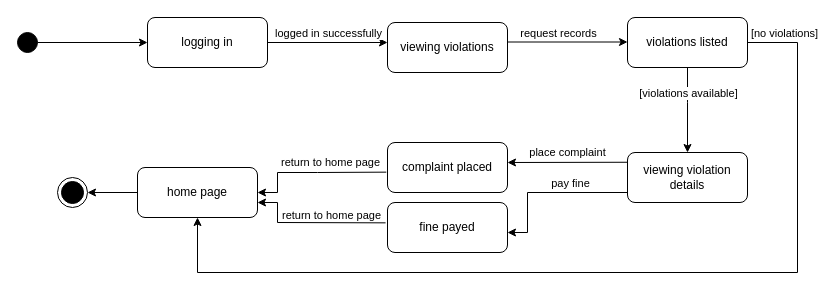
This is page "Student" (1 of 2) of State Diagram.drawio from sarraGhali/Drone-parking-system, a draw.io file, before an edit. Source tidied: cells renumbered, new cells numbered last; positions are measured from the earlier drawing's top-left corner, leaving out a move shared by most shapes. Both pictures are drawn from the tidied source at 100%, with x=0, y=0 at pixel (17, 17).
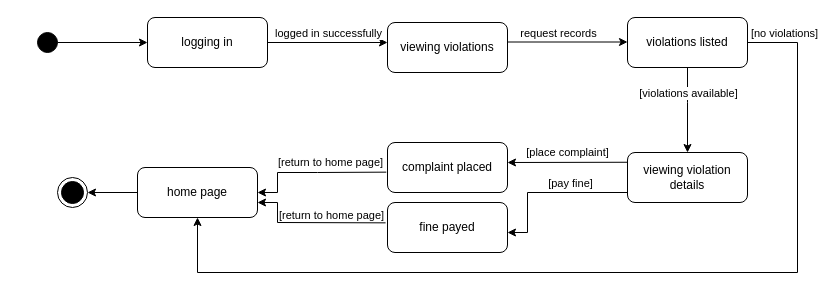
After the change.

The change refers to these unchanged cells:
```xml
<mxCell id="16" style="endArrow=classic;html=1;rounded=0;exitX=-0.004;exitY=0.195;exitDx=0;exitDy=0;exitPerimeter=0;" parent="1" edge="1" source="13">
  <mxGeometry relative="1" as="geometry">
    <mxPoint x="490" y="145" as="targetPoint" />
  </mxGeometry>
</mxCell>
<mxCell id="18" style="endArrow=classic;html=1;rounded=0;exitX=-0.004;exitY=0.195;exitDx=0;exitDy=0;exitPerimeter=0;" parent="1" edge="1">
  <mxGeometry relative="1" as="geometry">
    <mxPoint x="610" y="175" as="sourcePoint" />
    <mxPoint x="490" y="215" as="targetPoint" />
    <Array as="points">
      <mxPoint x="510" y="175" />
      <mxPoint x="510" y="215" />
    </Array>
  </mxGeometry>
</mxCell>
<mxCell id="24" style="endArrow=classic;html=1;rounded=0;exitX=-0.01;exitY=0.593;exitDx=0;exitDy=0;exitPerimeter=0;entryX=1;entryY=0.5;entryDx=0;entryDy=0;" parent="1" edge="1" source="20" target="23">
  <mxGeometry relative="1" as="geometry">
    <Array as="points">
      <mxPoint x="300" y="155" />
      <mxPoint x="260" y="155" />
      <mxPoint x="260" y="175" />
    </Array>
  </mxGeometry>
</mxCell>
```

Change to the diagram source:
```diff
@@
     <mxCell id="2" style="ellipse;whiteSpace=wrap;html=1;strokeColor=#000000;fillColor=#000000;" parent="1" vertex="1">
-      <mxGeometry y="15" width="20" height="20" as="geometry" />
+      <mxGeometry x="20" y="15" width="20" height="20" as="geometry" />
     </mxCell>
@@
-    <mxCell id="17" value="place complaint" style="edgeLabel;html=1;align=center;verticalAlign=middle;" parent="16" vertex="1">
+    <mxCell id="17" value="[place complaint]" style="edgeLabel;html=1;align=center;verticalAlign=middle;" parent="16" vertex="1">
       <mxGeometry x="0.39" relative="1" as="geometry">
         <mxPoint x="23" y="-10" as="offset" />
       </mxGeometry>
     </mxCell>
@@
-    <mxCell id="19" value="pay fine" style="edgeLabel;html=1;align=center;verticalAlign=middle;" parent="18" vertex="1">
+    <mxCell id="19" value="[pay fine]" style="edgeLabel;html=1;align=center;verticalAlign=middle;" parent="18" vertex="1">
       <mxGeometry x="-0.28" y="1" relative="1" as="geometry">
         <mxPoint y="-11" as="offset" />
       </mxGeometry>
     </mxCell>
@@
-    <mxCell id="25" value="return to home page" style="edgeLabel;html=1;align=center;verticalAlign=middle;" parent="24" vertex="1">
+    <mxCell id="25" value="[return to home page]" style="edgeLabel;html=1;align=center;verticalAlign=middle;" parent="24" vertex="1">
       <mxGeometry x="-0.25" relative="1" as="geometry">
         <mxPoint y="-10" as="offset" />
       </mxGeometry>
     </mxCell>
@@
-    <mxCell id="27" value="return to home page" style="edgeLabel;html=1;align=center;verticalAlign=middle;" parent="1" vertex="1">
+    <mxCell id="27" value="[return to home page]" style="edgeLabel;html=1;align=center;verticalAlign=middle;" parent="1" vertex="1">
       <mxGeometry x="320" y="195" as="geometry">
         <mxPoint x="-7" y="2" as="offset" />
       </mxGeometry>
     </mxCell>
```
